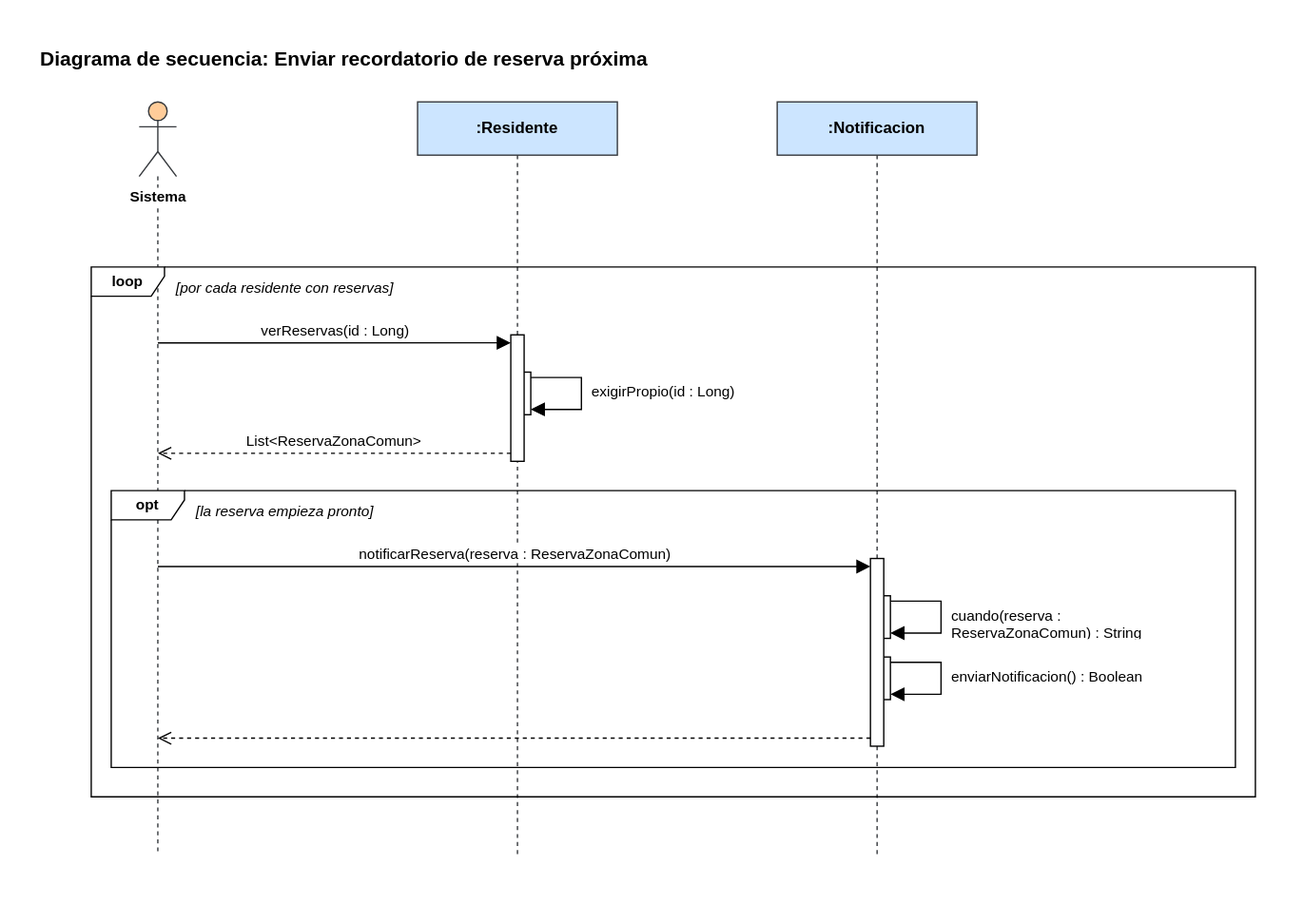
Earlier version of the draw.io export Diagramas/Secuencia/enviar-recordatorio-de-reserva-proxima.svg (manuel20051208/HorizontalSoftware-Back-End). Source tidied: cells renumbered, new cells last; positions are measured from the earlier drawing's top-left corner, leaving out a move shared by most shapes.
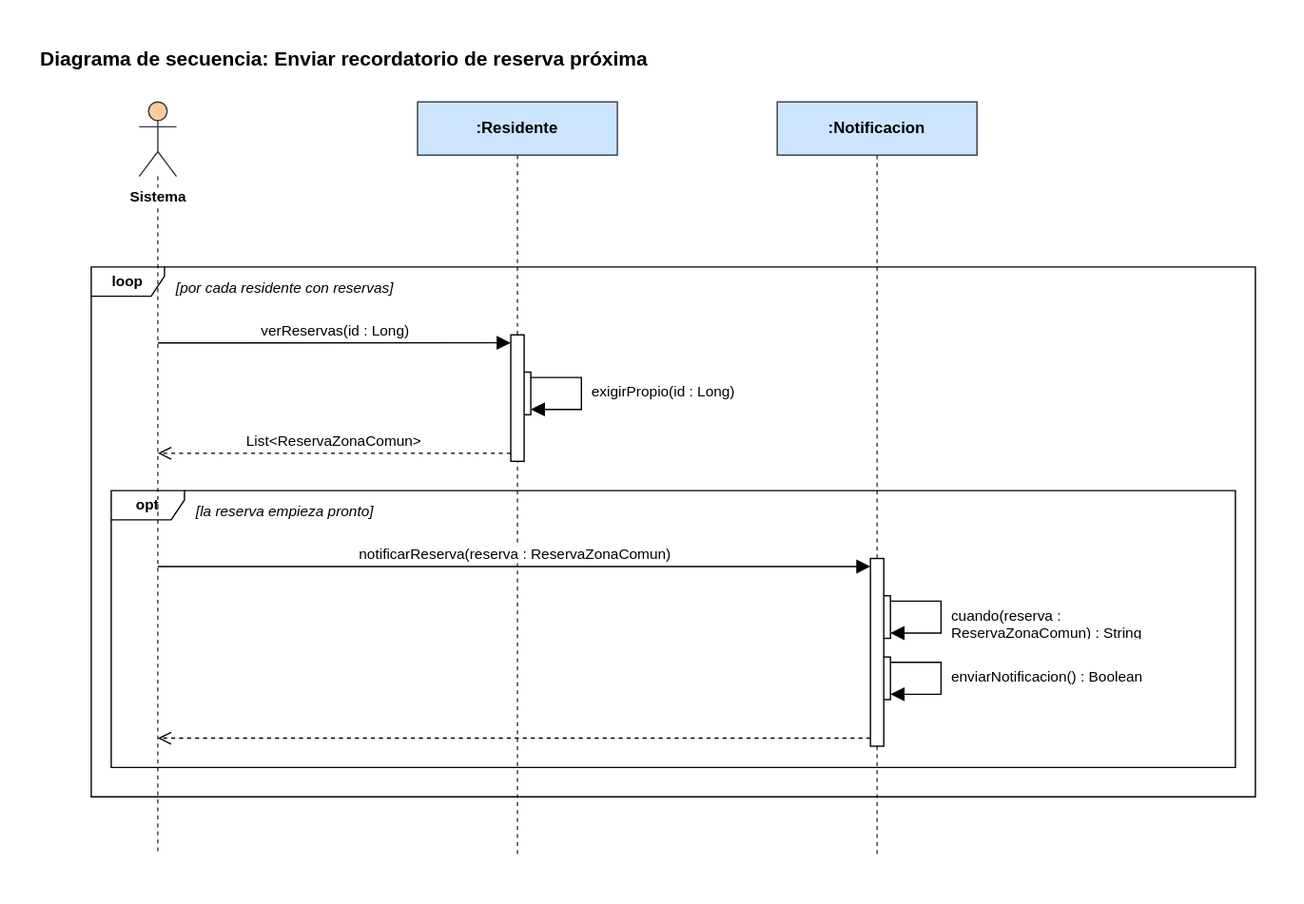
The same file after the commit.

The edit, as a diff of the source:
```diff
@@ -74,10 +74,10 @@
     <mxCell id="20" value="enviarNotificacion() : Boolean" style="text;html=1;align=left;verticalAlign=top;whiteSpace=wrap;overflow=hidden;fontSize=11;" parent="1" vertex="1">
       <mxGeometry x="684" y="467" width="185" height="28" as="geometry" />
     </mxCell>
-    <mxCell id="21" value="opt" style="shape=umlFrame;whiteSpace=wrap;html=1;fontStyle=1;fontSize=11;width=55;height=22;" parent="1" vertex="1">
+    <mxCell id="21" value="opt" style="shape=umlFrame;whiteSpace=wrap;html=1;fontStyle=1;fontSize=11;width=55;height=22;fillColor=none;" parent="1" vertex="1">
       <mxGeometry x="55" y="340" width="844" height="208" as="geometry" />
     </mxCell>
-    <mxCell id="22" value="loop" style="shape=umlFrame;whiteSpace=wrap;html=1;fontStyle=1;fontSize=11;width=55;height=22;" parent="1" vertex="1">
+    <mxCell id="22" value="loop" style="shape=umlFrame;whiteSpace=wrap;html=1;fontStyle=1;fontSize=11;width=55;height=22;fillColor=none;" parent="1" vertex="1">
       <mxGeometry x="40" y="172" width="874" height="398" as="geometry" />
     </mxCell>
     <mxCell id="23" value="[la reserva empieza pronto]" style="text;html=1;align=left;verticalAlign=top;whiteSpace=wrap;fontSize=11;fontStyle=2;" parent="1" vertex="1">
```
